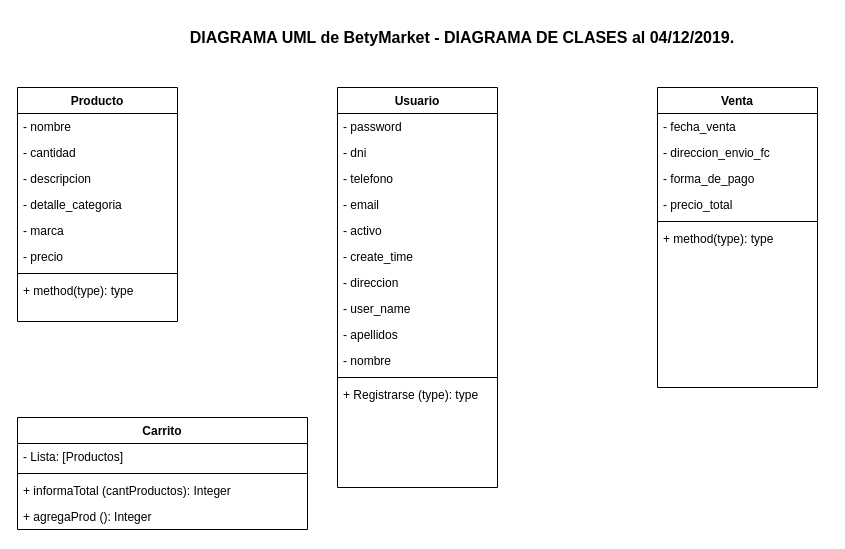
Neri23/BetyMarketJava keeps this draw.io diagram as Diagrama UML BetyMarket.drawio. Above is the earlier version. Source tidied: cells renumbered, new cells numbered last; positions are measured from the earlier drawing's top-left corner, leaving out a move shared by most shapes. Both pictures are drawn from the tidied source at 100%, with x=0, y=0 at pixel (17, 17).
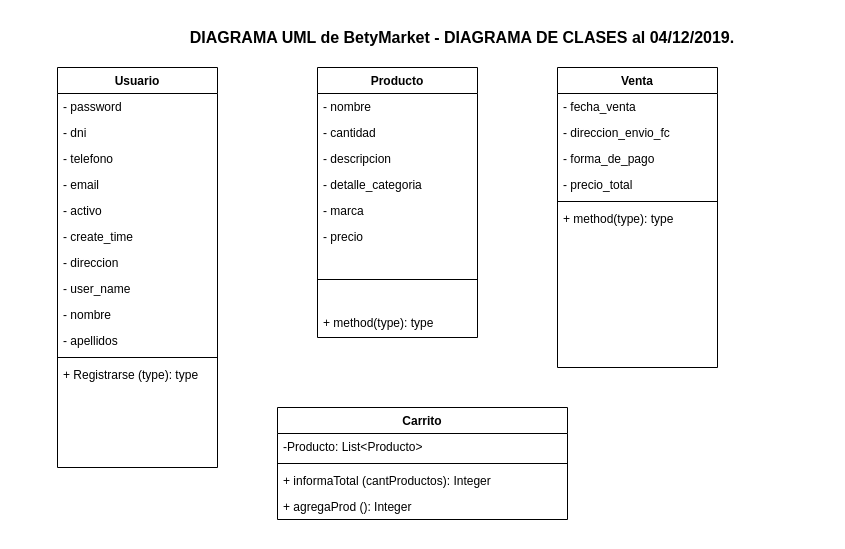
Above is the later version.

Commit message:
primer cambio

Change to the diagram source:
```diff
@@
     <mxCell id="3" value="Usuario" style="swimlane;fontStyle=1;align=center;verticalAlign=top;horizontal=1;startSize=26;" parent="1" vertex="1">
-      <mxGeometry x="320" y="70" width="160" height="400" as="geometry" />
+      <mxGeometry x="40" y="50" width="160" height="400" as="geometry" />
     </mxCell>
@@
+    <mxCell id="13" value="- nombre" style="text;html=1;strokeColor=none;fillColor=none;align=left;verticalAlign=top;spacingLeft=4;spacingRight=4;whiteSpace=wrap;overflow=hidden;" parent="3" vertex="1">
+      <mxGeometry y="234" width="160" height="26" as="geometry" />
+    </mxCell>
     <mxCell id="12" value="- apellidos" style="text;html=1;strokeColor=none;fillColor=none;align=left;verticalAlign=top;spacingLeft=4;spacingRight=4;whiteSpace=wrap;overflow=hidden;" parent="3" vertex="1">
-      <mxGeometry y="234" width="160" height="26" as="geometry" />
+      <mxGeometry y="260" width="160" height="26" as="geometry" />
     </mxCell>
-    <mxCell id="13" value="- nombre" style="text;html=1;strokeColor=none;fillColor=none;align=left;verticalAlign=top;spacingLeft=4;spacingRight=4;whiteSpace=wrap;overflow=hidden;" parent="3" vertex="1">
-      <mxGeometry y="260" width="160" height="26" as="geometry" />
-    </mxCell>
@@
     <mxCell id="16" value="Venta" style="swimlane;fontStyle=1;align=center;verticalAlign=top;horizontal=1;startSize=26;" parent="1" vertex="1">
-      <mxGeometry x="640" y="70" width="160" height="300" as="geometry" />
+      <mxGeometry x="540" y="50" width="160" height="300" as="geometry" />
     </mxCell>
@@
     <mxCell id="23" value="Producto" style="swimlane;fontStyle=1;align=center;verticalAlign=top;horizontal=1;startSize=26;" parent="1" vertex="1">
-      <mxGeometry y="70" width="160" height="234" as="geometry" />
+      <mxGeometry x="300" y="50" width="160" height="270" as="geometry" />
     </mxCell>
@@
     <mxCell id="30" style="line;strokeWidth=1;fillColor=none;align=left;verticalAlign=middle;spacingTop=-1;spacingLeft=3;spacingRight=3;labelPosition=right;" parent="23" vertex="1">
-      <mxGeometry y="182" width="160" height="8" as="geometry" />
+      <mxGeometry y="182" width="160" height="60" as="geometry" />
     </mxCell>
     <mxCell id="31" value="+ method(type): type" style="text;strokeColor=none;fillColor=none;align=left;verticalAlign=top;spacingLeft=4;spacingRight=4;overflow=hidden;" parent="23" vertex="1">
-      <mxGeometry y="190" width="160" height="44" as="geometry" />
+      <mxGeometry y="242" width="160" height="28" as="geometry" />
     </mxCell>
     <mxCell id="32" value="Carrito" style="swimlane;fontStyle=1;align=center;verticalAlign=top;horizontal=1;startSize=26;" parent="1" vertex="1">
-      <mxGeometry y="400" width="290" height="112" as="geometry" />
+      <mxGeometry x="260" y="390" width="290" height="112" as="geometry" />
     </mxCell>
-    <mxCell id="33" value="- Lista: [Productos]" style="text;strokeColor=none;fillColor=none;align=left;verticalAlign=top;spacingLeft=4;spacingRight=4;overflow=hidden;" parent="32" vertex="1">
+    <mxCell id="33" value="-Producto: List&lt;Producto&gt;" style="text;strokeColor=none;fillColor=none;align=left;verticalAlign=top;spacingLeft=4;spacingRight=4;overflow=hidden;" parent="32" vertex="1">
       <mxGeometry y="26" width="290" height="26" as="geometry" />
     </mxCell>
```
